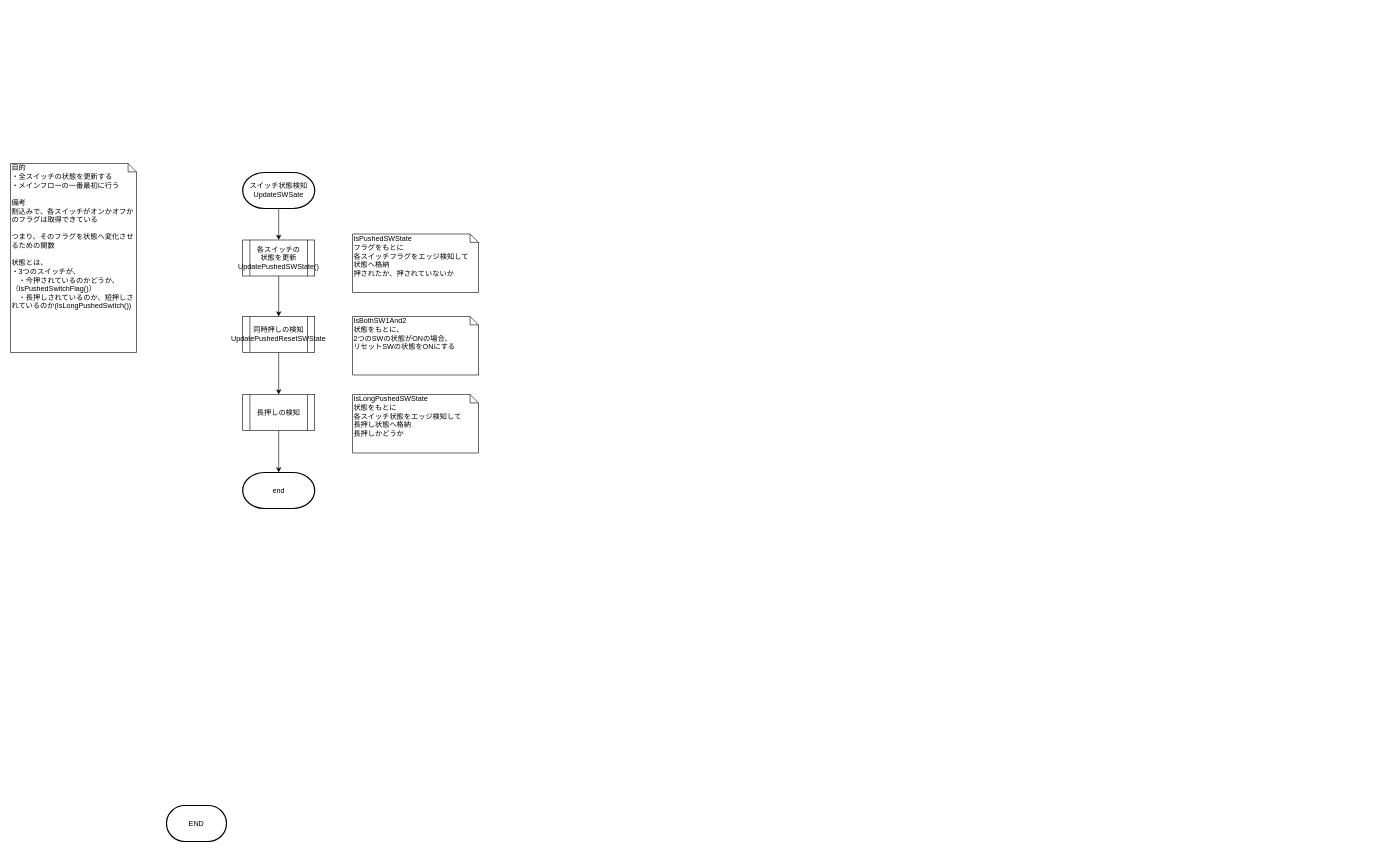
This is page "スイッチ状態検知" (2 of 9) of 資料/設計/フローチャート/InputClass/flowchart_InputClassv0.3.drawio from hakohumi/comp.Kitchen_Timer, a draw.io file, before an edit. Source tidied: cells renumbered, new cells numbered last; positions are measured from the earlier drawing's top-left corner, leaving out a move shared by most shapes. Both pictures are drawn from the tidied source at 60%, with x=0, y=0 at pixel (10, 163).
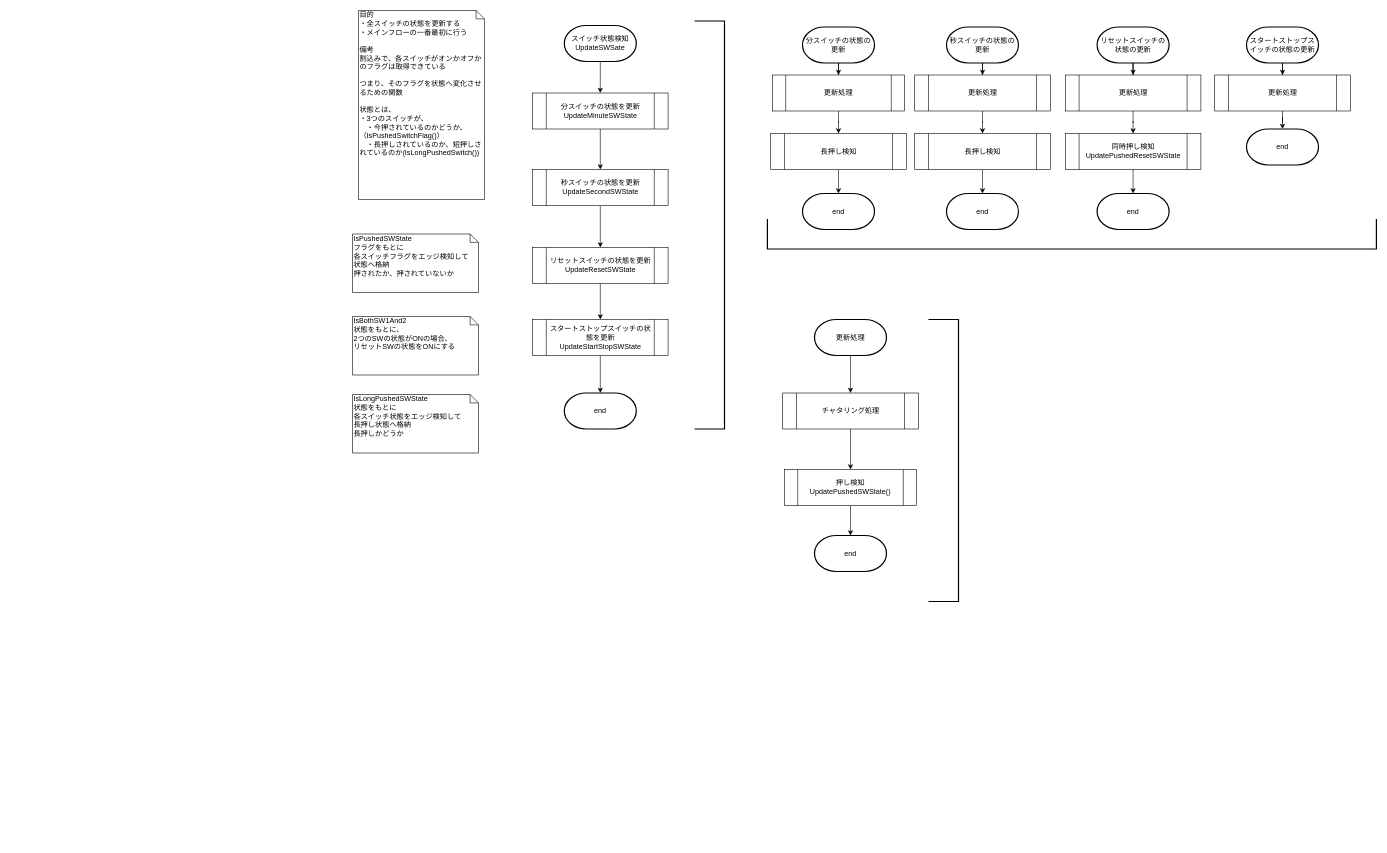
The same diagram, later.

Diff of the diagram source:
```diff
@@
-    <mxCell id="2" style="edgeStyle=orthogonalEdgeStyle;rounded=0;jettySize=auto;html=1;" parent="1" edge="1" source="3" target="7">
-      <mxGeometry relative="1" as="geometry" />
-    </mxCell>
-    <mxCell id="3" value="スイッチ状態検知&lt;br&gt;UpdateSWSate" style="strokeWidth=2;html=1;shape=mxgraph.flowchart.terminator;whiteSpace=wrap;" parent="1" vertex="1">
-      <mxGeometry x="387" y="15" width="120" height="60" as="geometry" />
-    </mxCell>
     <mxCell id="4" value="目的&lt;br&gt;・全スイッチの状態を更新する&lt;br&gt;・メインフローの一番最初に行う&lt;br&gt;&lt;br&gt;備考&lt;br&gt;割込みで、各スイッチがオンかオフかのフラグは取得できている&lt;br&gt;&lt;br&gt;つまり、そのフラグを状態へ変化させるための関数&lt;br&gt;&lt;br&gt;状態とは、&lt;br&gt;・3つのスイッチが、&lt;br&gt;　・今押されているのかどうか、（IsPushedSwitchFlag()）&lt;br&gt;　・長押しされているのか、短押しされているのか(IsLongPushedSwitch())" style="shape=note;whiteSpace=wrap;html=1;size=14;verticalAlign=top;align=left;spacingTop=-6;" parent="1" vertex="1">
-      <mxGeometry width="210" height="315" as="geometry" />
+      <mxGeometry x="580" y="-255" width="210" height="315" as="geometry" />
     </mxCell>
-    <mxCell id="5" value="END" style="strokeWidth=2;html=1;shape=mxgraph.flowchart.terminator;whiteSpace=wrap;" parent="1" vertex="1">
-      <mxGeometry x="260" y="1070" width="100" height="60" as="geometry" />
-    </mxCell>
-    <mxCell id="6" style="edgeStyle=orthogonalEdgeStyle;rounded=0;jettySize=auto;html=1;" parent="1" edge="1" source="7" target="9">
-      <mxGeometry relative="1" as="geometry" />
-    </mxCell>
-    <mxCell id="7" value="各スイッチの&lt;br&gt;状態を更新&lt;br&gt;UpdatePushedSWState()" style="shape=process;whiteSpace=wrap;html=1;backgroundOutline=1;" parent="1" vertex="1">
-      <mxGeometry x="387" y="127.5" width="120" height="60" as="geometry" />
-    </mxCell>
-    <mxCell id="8" style="edgeStyle=orthogonalEdgeStyle;rounded=0;jettySize=auto;html=1;" parent="1" edge="1" source="9" target="11">
-      <mxGeometry relative="1" as="geometry" />
-    </mxCell>
-    <mxCell id="9" value="同時押しの検知&lt;br&gt;UpdatePushedResetSWState" style="shape=process;whiteSpace=wrap;html=1;backgroundOutline=1;" parent="1" vertex="1">
-      <mxGeometry x="387" y="255" width="120" height="60" as="geometry" />
-    </mxCell>
-    <mxCell id="10" style="edgeStyle=orthogonalEdgeStyle;rounded=0;jettySize=auto;html=1;" parent="1" edge="1" source="11" target="12">
-      <mxGeometry relative="1" as="geometry" />
-    </mxCell>
-    <mxCell id="11" value="長押しの検知" style="shape=process;whiteSpace=wrap;html=1;backgroundOutline=1;" parent="1" vertex="1">
-      <mxGeometry x="387" y="385" width="120" height="60" as="geometry" />
-    </mxCell>
-    <mxCell id="12" value="end" style="strokeWidth=2;html=1;shape=mxgraph.flowchart.terminator;whiteSpace=wrap;" parent="1" vertex="1">
-      <mxGeometry x="387" y="515" width="120" height="60" as="geometry" />
-    </mxCell>
@@
+    <mxCell id="16" style="edgeStyle=orthogonalEdgeStyle;rounded=0;jettySize=auto;html=1;" parent="1" edge="1" source="3" target="18">
+      <mxGeometry relative="1" as="geometry" />
+    </mxCell>
+    <mxCell id="3" value="スイッチ状態検知&lt;br&gt;UpdateSWSate" style="strokeWidth=2;html=1;shape=mxgraph.flowchart.terminator;whiteSpace=wrap;" parent="1" vertex="1">
+      <mxGeometry x="923" y="-230" width="120" height="60" as="geometry" />
+    </mxCell>
+    <mxCell id="17" style="edgeStyle=orthogonalEdgeStyle;rounded=0;jettySize=auto;html=1;" parent="1" edge="1" source="18" target="20">
+      <mxGeometry relative="1" as="geometry" />
+    </mxCell>
+    <mxCell id="18" value="分スイッチの状態を更新&lt;br&gt;UpdateMinuteSWState" style="shape=process;whiteSpace=wrap;html=1;backgroundOutline=1;" parent="1" vertex="1">
+      <mxGeometry x="870" y="-117.5" width="226" height="60" as="geometry" />
+    </mxCell>
+    <mxCell id="19" style="edgeStyle=orthogonalEdgeStyle;rounded=0;jettySize=auto;html=1;" parent="1" edge="1" source="20" target="22">
+      <mxGeometry relative="1" as="geometry" />
+    </mxCell>
+    <mxCell id="20" value="秒スイッチの状態を更新&lt;br&gt;UpdateSecondSWState" style="shape=process;whiteSpace=wrap;html=1;backgroundOutline=1;" parent="1" vertex="1">
+      <mxGeometry x="870" y="10" width="226" height="60" as="geometry" />
+    </mxCell>
+    <mxCell id="21" style="edgeStyle=orthogonalEdgeStyle;rounded=0;jettySize=auto;html=1;" parent="1" edge="1" source="22" target="25">
+      <mxGeometry relative="1" as="geometry" />
+    </mxCell>
+    <mxCell id="22" value="リセットスイッチの状態を更新&lt;br&gt;UpdateResetSWState" style="shape=process;whiteSpace=wrap;html=1;backgroundOutline=1;" parent="1" vertex="1">
+      <mxGeometry x="870" y="140" width="226" height="60" as="geometry" />
+    </mxCell>
+    <mxCell id="23" value="end" style="strokeWidth=2;html=1;shape=mxgraph.flowchart.terminator;whiteSpace=wrap;" parent="1" vertex="1">
+      <mxGeometry x="923" y="382.5" width="120" height="60" as="geometry" />
+    </mxCell>
+    <mxCell id="24" style="edgeStyle=orthogonalEdgeStyle;rounded=0;jettySize=auto;html=1;" parent="1" edge="1" source="25" target="23">
+      <mxGeometry relative="1" as="geometry" />
+    </mxCell>
+    <mxCell id="25" value="スタートストップスイッチの状態を更新&lt;br&gt;UpdateStartStopSWState" style="shape=process;whiteSpace=wrap;html=1;backgroundOutline=1;" parent="1" vertex="1">
+      <mxGeometry x="870" y="260" width="226" height="60" as="geometry" />
+    </mxCell>
+    <mxCell id="26" style="edgeStyle=orthogonalEdgeStyle;rounded=0;jettySize=auto;html=1;" parent="1" edge="1" source="27" target="29">
+      <mxGeometry relative="1" as="geometry" />
+    </mxCell>
+    <mxCell id="27" value="分スイッチの状態の更新" style="strokeWidth=2;html=1;shape=mxgraph.flowchart.terminator;whiteSpace=wrap;" parent="1" vertex="1">
+      <mxGeometry x="1320" y="-227.5" width="120" height="60" as="geometry" />
+    </mxCell>
+    <mxCell id="28" style="edgeStyle=orthogonalEdgeStyle;rounded=0;jettySize=auto;html=1;entryX=0.5;entryY=0;entryDx=0;entryDy=0;" parent="1" edge="1" source="29" target="59">
+      <mxGeometry relative="1" as="geometry" />
+    </mxCell>
+    <mxCell id="29" value="更新処理" style="shape=process;whiteSpace=wrap;html=1;backgroundOutline=1;" parent="1" vertex="1">
+      <mxGeometry x="1270" y="-147.5" width="220" height="60" as="geometry" />
+    </mxCell>
+    <mxCell id="30" value="end" style="strokeWidth=2;html=1;shape=mxgraph.flowchart.terminator;whiteSpace=wrap;" parent="1" vertex="1">
+      <mxGeometry x="1320" y="50" width="120" height="60" as="geometry" />
+    </mxCell>
+    <mxCell id="31" style="edgeStyle=orthogonalEdgeStyle;rounded=0;jettySize=auto;html=1;" parent="1" edge="1" source="32" target="34">
+      <mxGeometry relative="1" as="geometry" />
+    </mxCell>
+    <mxCell id="32" value="秒スイッチの状態の更新" style="strokeWidth=2;html=1;shape=mxgraph.flowchart.terminator;whiteSpace=wrap;" parent="1" vertex="1">
+      <mxGeometry x="1560" y="-227.5" width="120" height="60" as="geometry" />
+    </mxCell>
+    <mxCell id="33" style="edgeStyle=orthogonalEdgeStyle;rounded=0;jettySize=auto;html=1;entryX=0.5;entryY=0;entryDx=0;entryDy=0;" parent="1" edge="1" source="34" target="61">
+      <mxGeometry relative="1" as="geometry" />
+    </mxCell>
+    <mxCell id="34" value="更新処理" style="shape=process;whiteSpace=wrap;html=1;backgroundOutline=1;" parent="1" vertex="1">
+      <mxGeometry x="1507" y="-147.5" width="226" height="60" as="geometry" />
+    </mxCell>
+    <mxCell id="35" value="end" style="strokeWidth=2;html=1;shape=mxgraph.flowchart.terminator;whiteSpace=wrap;" parent="1" vertex="1">
+      <mxGeometry x="1560" y="50" width="120" height="60" as="geometry" />
+    </mxCell>
+    <mxCell id="36" style="edgeStyle=orthogonalEdgeStyle;rounded=0;jettySize=auto;html=1;" parent="1" edge="1" source="37" target="39">
+      <mxGeometry relative="1" as="geometry" />
+    </mxCell>
+    <mxCell id="37" value="リセットスイッチの状態の更新" style="strokeWidth=2;html=1;shape=mxgraph.flowchart.terminator;whiteSpace=wrap;" parent="1" vertex="1">
+      <mxGeometry x="1811" y="-227.5" width="120" height="60" as="geometry" />
+    </mxCell>
+    <mxCell id="38" style="edgeStyle=orthogonalEdgeStyle;rounded=0;jettySize=auto;html=1;exitX=0.5;exitY=1;exitDx=0;exitDy=0;" parent="1" edge="1" source="39" target="57">
+      <mxGeometry relative="1" as="geometry" />
+    </mxCell>
+    <mxCell id="39" value="更新処理" style="shape=process;whiteSpace=wrap;html=1;backgroundOutline=1;" parent="1" vertex="1">
+      <mxGeometry x="1758" y="-147.5" width="226" height="60" as="geometry" />
+    </mxCell>
+    <mxCell id="40" value="end" style="strokeWidth=2;html=1;shape=mxgraph.flowchart.terminator;whiteSpace=wrap;" parent="1" vertex="1">
+      <mxGeometry x="1811" y="50" width="120" height="60" as="geometry" />
+    </mxCell>
+    <mxCell id="41" style="edgeStyle=orthogonalEdgeStyle;rounded=0;jettySize=auto;html=1;" parent="1" edge="1" source="42" target="44">
+      <mxGeometry relative="1" as="geometry" />
+    </mxCell>
+    <mxCell id="42" value="スタートストップスイッチの状態の更新" style="strokeWidth=2;html=1;shape=mxgraph.flowchart.terminator;whiteSpace=wrap;" parent="1" vertex="1">
+      <mxGeometry x="2060" y="-227.5" width="120" height="60" as="geometry" />
+    </mxCell>
+    <mxCell id="43" style="edgeStyle=orthogonalEdgeStyle;rounded=0;jettySize=auto;html=1;" parent="1" edge="1" source="44" target="45">
+      <mxGeometry relative="1" as="geometry" />
+    </mxCell>
+    <mxCell id="44" value="更新処理" style="shape=process;whiteSpace=wrap;html=1;backgroundOutline=1;" parent="1" vertex="1">
+      <mxGeometry x="2007" y="-147.5" width="226" height="60" as="geometry" />
+    </mxCell>
+    <mxCell id="45" value="end" style="strokeWidth=2;html=1;shape=mxgraph.flowchart.terminator;whiteSpace=wrap;" parent="1" vertex="1">
+      <mxGeometry x="2060" y="-57.5" width="120" height="60" as="geometry" />
+    </mxCell>
+    <mxCell id="46" style="edgeStyle=orthogonalEdgeStyle;rounded=0;jettySize=auto;html=1;exitX=0.5;exitY=1;exitDx=0;exitDy=0;" parent="1" edge="1" source="55" target="50">
+      <mxGeometry relative="1" as="geometry" />
+    </mxCell>
+    <mxCell id="47" style="edgeStyle=orthogonalEdgeStyle;rounded=0;jettySize=auto;html=1;" parent="1" edge="1" source="48" target="55">
+      <mxGeometry relative="1" as="geometry" />
+    </mxCell>
+    <mxCell id="48" value="更新処理" style="strokeWidth=2;html=1;shape=mxgraph.flowchart.terminator;whiteSpace=wrap;" parent="1" vertex="1">
+      <mxGeometry x="1340" y="260" width="120" height="60" as="geometry" />
+    </mxCell>
+    <mxCell id="49" style="edgeStyle=orthogonalEdgeStyle;rounded=0;jettySize=auto;html=1;" parent="1" edge="1" source="50" target="51">
+      <mxGeometry relative="1" as="geometry" />
+    </mxCell>
+    <mxCell id="50" value="押し検知&lt;br&gt;UpdatePushedSWState()" style="shape=process;whiteSpace=wrap;html=1;backgroundOutline=1;" parent="1" vertex="1">
+      <mxGeometry x="1290" y="510" width="220" height="60" as="geometry" />
+    </mxCell>
+    <mxCell id="51" value="end" style="strokeWidth=2;html=1;shape=mxgraph.flowchart.terminator;whiteSpace=wrap;" parent="1" vertex="1">
+      <mxGeometry x="1340" y="620" width="120" height="60" as="geometry" />
+    </mxCell>
+    <mxCell id="52" style="strokeWidth=2;html=1;shape=mxgraph.flowchart.annotation_1;align=left;rotation=-90;" parent="1" vertex="1">
+      <mxGeometry x="1744" y="-390" width="50" height="1015" as="geometry" />
+    </mxCell>
+    <mxCell id="53" style="strokeWidth=2;html=1;shape=mxgraph.flowchart.annotation_1;align=left;rotation=-180;" parent="1" vertex="1">
+      <mxGeometry x="1140" y="-237.5" width="50" height="680" as="geometry" />
+    </mxCell>
+    <mxCell id="54" style="strokeWidth=2;html=1;shape=mxgraph.flowchart.annotation_1;align=left;rotation=-180;" parent="1" vertex="1">
+      <mxGeometry x="1530" y="260" width="50" height="470" as="geometry" />
+    </mxCell>
+    <mxCell id="55" value="チャタリング処理" style="shape=process;whiteSpace=wrap;html=1;backgroundOutline=1;" parent="1" vertex="1">
+      <mxGeometry x="1287" y="382.5" width="226" height="60" as="geometry" />
+    </mxCell>
+    <mxCell id="56" style="edgeStyle=orthogonalEdgeStyle;rounded=0;jettySize=auto;html=1;" parent="1" edge="1" source="57" target="40">
+      <mxGeometry relative="1" as="geometry" />
+    </mxCell>
+    <mxCell id="57" value="同時押し検知&lt;br&gt;UpdatePushedResetSWState" style="shape=process;whiteSpace=wrap;html=1;backgroundOutline=1;" parent="1" vertex="1">
+      <mxGeometry x="1758" y="-50" width="226" height="60" as="geometry" />
+    </mxCell>
+    <mxCell id="58" style="edgeStyle=orthogonalEdgeStyle;rounded=0;jettySize=auto;html=1;" parent="1" edge="1" source="59" target="30">
+      <mxGeometry relative="1" as="geometry" />
+    </mxCell>
+    <mxCell id="59" value="長押し検知" style="shape=process;whiteSpace=wrap;html=1;backgroundOutline=1;" parent="1" vertex="1">
+      <mxGeometry x="1267" y="-50" width="226" height="60" as="geometry" />
+    </mxCell>
+    <mxCell id="60" style="edgeStyle=orthogonalEdgeStyle;rounded=0;jettySize=auto;html=1;" parent="1" edge="1" source="61" target="35">
+      <mxGeometry relative="1" as="geometry" />
+    </mxCell>
+    <mxCell id="61" value="長押し検知" style="shape=process;whiteSpace=wrap;html=1;backgroundOutline=1;" parent="1" vertex="1">
+      <mxGeometry x="1507" y="-50" width="226" height="60" as="geometry" />
+    </mxCell>
```
